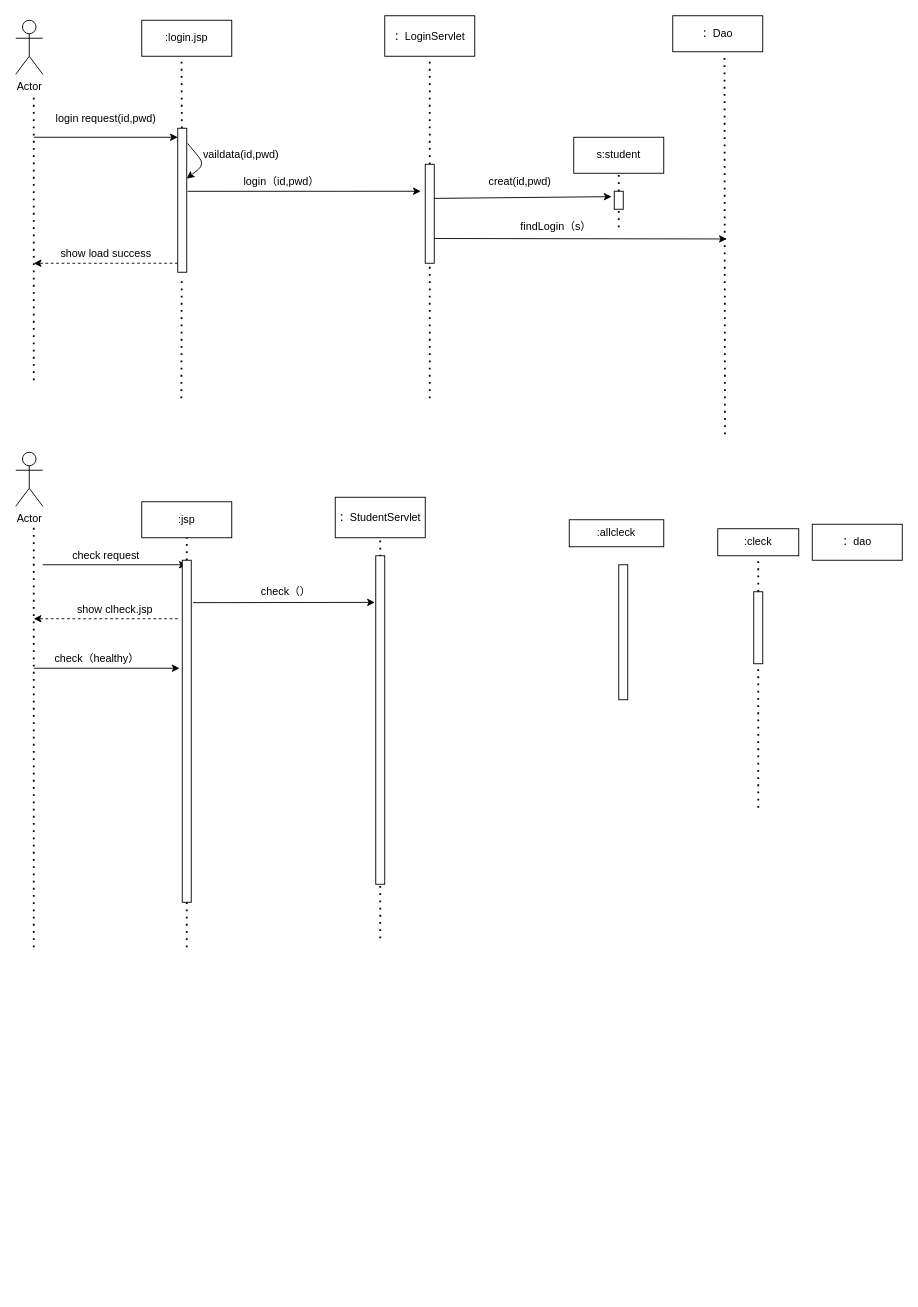
Before: 顺序图.drawio in a26680533/idcardgenerator, a draw.io diagram. Source tidied: cells renumbered, new cells numbered last; positions are measured from the earlier drawing's top-left corner, leaving out a move shared by most shapes. Both pictures are drawn from the tidied source at 90%, with x=0, y=0 at pixel (15, 15).
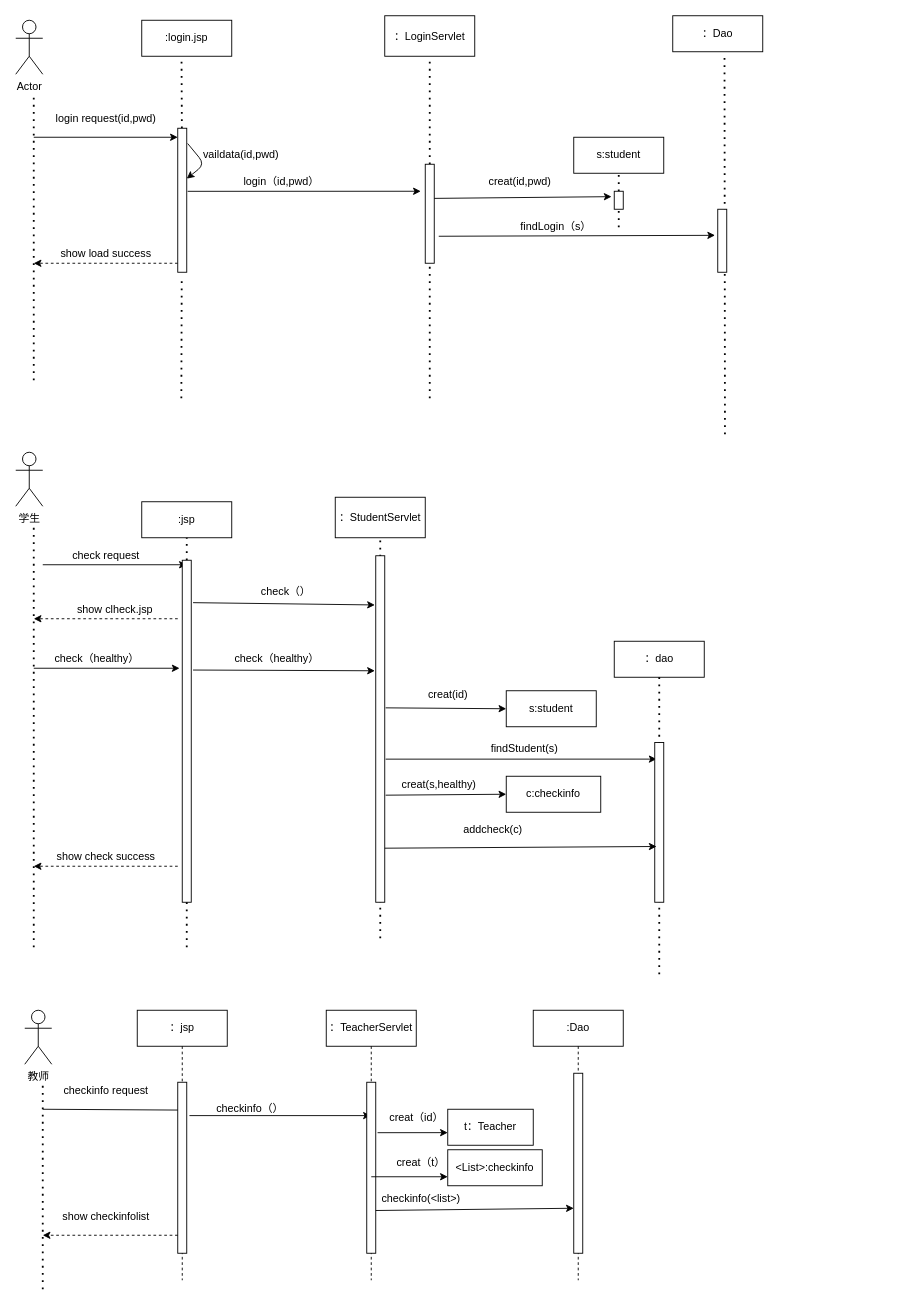
Above is the later version.

Commit message:
更新顺序图.drawio

The change refers to these unchanged cells:
```xml
<mxCell id="23" style="rounded=0;whiteSpace=wrap;html=1;" parent="1" vertex="1">
  <mxGeometry x="455" y="165" width="10" height="110" as="geometry" />
</mxCell>
<mxCell id="48" style="rounded=0;whiteSpace=wrap;html=1;" parent="1" vertex="1">
  <mxGeometry x="185" y="605" width="10" height="380" as="geometry" />
</mxCell>
```

What changed in the source:
```diff
@@
-    <mxCell id="25" style="rounded=0;whiteSpace=wrap;html=1;" parent="1" vertex="1">
-      <mxGeometry x="670" y="610" width="10" height="150" as="geometry" />
-    </mxCell>
@@
-    <mxCell id="35" value=":allcleck" style="rounded=0;whiteSpace=wrap;html=1;" parent="1" vertex="1">
-      <mxGeometry x="615" y="560" width="105" height="30" as="geometry" />
-    </mxCell>
-    <mxCell id="36" value=":cleck" style="rounded=0;whiteSpace=wrap;html=1;" parent="1" vertex="1">
-      <mxGeometry x="780" y="570" width="90" height="30" as="geometry" />
-    </mxCell>
-    <mxCell id="37" style="endArrow=none;dashed=1;html=1;dashPattern=1 3;strokeWidth=2;entryX=0.5;entryY=1;entryDx=0;entryDy=0;" parent="1" edge="1" source="38" target="36">
-      <mxGeometry relative="1" as="geometry" />
-    </mxCell>
-    <mxCell id="38" style="rounded=0;whiteSpace=wrap;html=1;" parent="1" vertex="1">
-      <mxGeometry x="820" y="640" width="10" height="80" as="geometry" />
-    </mxCell>
-    <mxCell id="39" style="endArrow=none;dashed=1;html=1;dashPattern=1 3;strokeWidth=2;entryX=0.5;entryY=1;entryDx=0;entryDy=0;" parent="1" edge="1" target="38">
-      <mxGeometry relative="1" as="geometry">
-        <mxPoint x="825" y="880" as="sourcePoint" />
-      </mxGeometry>
-    </mxCell>
@@
     <mxCell id="42" value="：dao" style="rounded=0;whiteSpace=wrap;html=1;" parent="1" vertex="1">
-      <mxGeometry x="885" y="565" width="100" height="40" as="geometry" />
+      <mxGeometry x="665" y="695" width="100" height="40" as="geometry" />
     </mxCell>
-    <mxCell id="43" style="endArrow=classic;html=1;exitX=1;exitY=0.75;exitDx=0;exitDy=0;" parent="1" edge="1" source="23">
-      <mxGeometry relative="1" as="geometry">
-        <mxPoint x="790" y="248" as="targetPoint" />
-      </mxGeometry>
-    </mxCell>
@@
-    <mxCell id="45" value="Actor" style="shape=umlActor;verticalLabelPosition=bottom;verticalAlign=top;html=1;" parent="1" vertex="1">
+    <mxCell id="45" value="学生" style="shape=umlActor;verticalLabelPosition=bottom;verticalAlign=top;html=1;" parent="1" vertex="1">
       <mxGeometry y="485" width="30" height="60" as="geometry" />
     </mxCell>
@@
     <mxCell id="51" style="rounded=0;whiteSpace=wrap;html=1;" parent="1" vertex="1">
-      <mxGeometry x="400" y="600" width="10" height="365" as="geometry" />
+      <mxGeometry x="400" y="600" width="10" height="385" as="geometry" />
     </mxCell>
@@
+    <mxCell id="54" style="endArrow=classic;html=1;entryX=-0.1;entryY=0.332;entryDx=0;entryDy=0;entryPerimeter=0;exitX=1.2;exitY=0.321;exitDx=0;exitDy=0;exitPerimeter=0;" parent="1" edge="1" source="48" target="51">
+      <mxGeometry relative="1" as="geometry" />
+    </mxCell>
+    <mxCell id="55" value="check（healthy）" style="text;html=1;align=center;verticalAlign=middle;" parent="1" vertex="1">
+      <mxGeometry x="235" y="705" width="110" height="20" as="geometry" />
+    </mxCell>
+    <mxCell id="56" style="rounded=0;whiteSpace=wrap;html=1;" parent="1" vertex="1">
+      <mxGeometry x="780" y="215" width="10" height="70" as="geometry" />
+    </mxCell>
+    <mxCell id="57" style="endArrow=classic;html=1;entryX=-0.3;entryY=0.414;entryDx=0;entryDy=0;entryPerimeter=0;" parent="1" edge="1" target="56">
+      <mxGeometry relative="1" as="geometry">
+        <mxPoint x="470" y="245" as="sourcePoint" />
+      </mxGeometry>
+    </mxCell>
+    <mxCell id="58" value="creat(id)" style="text;html=1;align=center;verticalAlign=middle;" parent="1" vertex="1">
+      <mxGeometry x="450" y="745" width="60" height="20" as="geometry" />
+    </mxCell>
+    <mxCell id="59" value="s:student" style="rounded=0;whiteSpace=wrap;html=1;" parent="1" vertex="1">
+      <mxGeometry x="545" y="750" width="100" height="40" as="geometry" />
+    </mxCell>
+    <mxCell id="60" style="endArrow=classic;html=1;exitX=1.1;exitY=0.439;exitDx=0;exitDy=0;exitPerimeter=0;entryX=0;entryY=0.5;entryDx=0;entryDy=0;" parent="1" edge="1" source="51" target="59">
+      <mxGeometry relative="1" as="geometry" />
+    </mxCell>
+    <mxCell id="61" style="endArrow=classic;html=1;entryX=0.2;entryY=0.104;entryDx=0;entryDy=0;entryPerimeter=0;" parent="1" edge="1" target="63">
+      <mxGeometry relative="1" as="geometry">
+        <mxPoint x="411" y="826" as="sourcePoint" />
+      </mxGeometry>
+    </mxCell>
+    <mxCell id="62" style="endArrow=none;dashed=1;html=1;dashPattern=1 3;strokeWidth=2;entryX=0.5;entryY=1;entryDx=0;entryDy=0;" parent="1" edge="1" target="42">
+      <mxGeometry relative="1" as="geometry">
+        <mxPoint x="715" y="1065" as="sourcePoint" />
+      </mxGeometry>
+    </mxCell>
+    <mxCell id="63" style="rounded=0;whiteSpace=wrap;html=1;" parent="1" vertex="1">
+      <mxGeometry x="710" y="807.5" width="10" height="177.5" as="geometry" />
+    </mxCell>
+    <mxCell id="64" value="findStudent(s)" style="text;html=1;align=center;verticalAlign=middle;" parent="1" vertex="1">
+      <mxGeometry x="520" y="805" width="90" height="20" as="geometry" />
+    </mxCell>
+    <mxCell id="65" style="endArrow=classic;html=1;exitX=1.1;exitY=0.691;exitDx=0;exitDy=0;exitPerimeter=0;entryX=0;entryY=0.5;entryDx=0;entryDy=0;" parent="1" edge="1" source="51">
+      <mxGeometry relative="1" as="geometry">
+        <mxPoint x="545" y="865" as="targetPoint" />
+      </mxGeometry>
+    </mxCell>
+    <mxCell id="66" value="c:checkinfo" style="rounded=0;whiteSpace=wrap;html=1;" parent="1" vertex="1">
+      <mxGeometry x="545" y="845" width="105" height="40" as="geometry" />
+    </mxCell>
+    <mxCell id="67" value="creat(s,healthy)" style="text;html=1;align=center;verticalAlign=middle;" parent="1" vertex="1">
+      <mxGeometry x="420" y="845" width="100" height="20" as="geometry" />
+    </mxCell>
+    <mxCell id="68" style="endArrow=classic;html=1;exitX=1;exitY=0.844;exitDx=0;exitDy=0;exitPerimeter=0;entryX=0.2;entryY=0.651;entryDx=0;entryDy=0;entryPerimeter=0;" parent="1" edge="1" source="51" target="63">
+      <mxGeometry relative="1" as="geometry" />
+    </mxCell>
+    <mxCell id="69" value="addcheck(c)" style="text;html=1;align=center;verticalAlign=middle;" parent="1" vertex="1">
+      <mxGeometry x="490" y="895" width="80" height="20" as="geometry" />
+    </mxCell>
+    <mxCell id="70" style="endArrow=classic;html=1;dashed=1;" parent="1" edge="1">
+      <mxGeometry relative="1" as="geometry">
+        <mxPoint x="180" y="945" as="sourcePoint" />
+        <mxPoint x="20" y="945" as="targetPoint" />
+      </mxGeometry>
+    </mxCell>
+    <mxCell id="71" value="show check success" style="text;html=1;align=center;verticalAlign=middle;" parent="1" vertex="1">
+      <mxGeometry x="40" y="925" width="120" height="20" as="geometry" />
+    </mxCell>
+    <mxCell id="72" value="教师" style="shape=umlActor;verticalLabelPosition=bottom;verticalAlign=top;html=1;" parent="1" vertex="1">
+      <mxGeometry x="10" y="1105" width="30" height="60" as="geometry" />
+    </mxCell>
+    <mxCell id="73" style="endArrow=none;dashed=1;html=1;dashPattern=1 3;strokeWidth=2;" parent="1" edge="1">
+      <mxGeometry relative="1" as="geometry">
+        <mxPoint x="30" y="1415" as="sourcePoint" />
+        <mxPoint x="30" y="1185" as="targetPoint" />
+      </mxGeometry>
+    </mxCell>
+    <mxCell id="74" value="：jsp" style="shape=umlLifeline;perimeter=lifelinePerimeter;whiteSpace=wrap;html=1;" parent="1" vertex="1">
+      <mxGeometry x="135" y="1105" width="100" height="300" as="geometry" />
+    </mxCell>
+    <mxCell id="75" value="：TeacherServlet" style="shape=umlLifeline;perimeter=lifelinePerimeter;whiteSpace=wrap;html=1;outlineConnect=0;" parent="1" vertex="1">
+      <mxGeometry x="345" y="1105" width="100" height="300" as="geometry" />
+    </mxCell>
+    <mxCell id="76" value=":Dao" style="shape=umlLifeline;perimeter=lifelinePerimeter;whiteSpace=wrap;html=1;" parent="1" vertex="1">
+      <mxGeometry x="575" y="1105" width="100" height="300" as="geometry" />
+    </mxCell>
+    <mxCell id="77" style="rounded=0;whiteSpace=wrap;html=1;" parent="76" vertex="1">
+      <mxGeometry x="45" y="70" width="10" height="200" as="geometry" />
+    </mxCell>
+    <mxCell id="78" style="endArrow=classic;html=1;entryX=1;entryY=0.163;entryDx=0;entryDy=0;entryPerimeter=0;" parent="1" edge="1" target="79">
+      <mxGeometry relative="1" as="geometry">
+        <mxPoint x="30" y="1215" as="sourcePoint" />
+      </mxGeometry>
+    </mxCell>
+    <mxCell id="79" style="rounded=0;whiteSpace=wrap;html=1;" parent="1" vertex="1">
+      <mxGeometry x="180" y="1185" width="10" height="190" as="geometry" />
+    </mxCell>
+    <mxCell id="80" value="checkinfo request" style="text;html=1;align=center;verticalAlign=middle;" parent="1" vertex="1">
+      <mxGeometry x="45" y="1185" width="110" height="20" as="geometry" />
+    </mxCell>
+    <mxCell id="81" style="endArrow=classic;html=1;exitX=1.3;exitY=0.195;exitDx=0;exitDy=0;exitPerimeter=0;" parent="1" edge="1" source="79" target="75">
+      <mxGeometry relative="1" as="geometry" />
+    </mxCell>
+    <mxCell id="82" style="rounded=0;whiteSpace=wrap;html=1;" parent="1" vertex="1">
+      <mxGeometry x="390" y="1185" width="10" height="190" as="geometry" />
+    </mxCell>
+    <mxCell id="83" value="checkinfo（）" style="text;html=1;align=center;verticalAlign=middle;" parent="1" vertex="1">
+      <mxGeometry x="215" y="1205" width="90" height="20" as="geometry" />
+    </mxCell>
+    <mxCell id="84" value="t：Teacher" style="rounded=0;whiteSpace=wrap;html=1;" parent="1" vertex="1">
+      <mxGeometry x="480" y="1215" width="95" height="40" as="geometry" />
+    </mxCell>
+    <mxCell id="85" style="endArrow=classic;html=1;exitX=1.2;exitY=0.295;exitDx=0;exitDy=0;exitPerimeter=0;" parent="1" edge="1" source="82">
+      <mxGeometry relative="1" as="geometry">
+        <mxPoint x="480" y="1241" as="targetPoint" />
+      </mxGeometry>
+    </mxCell>
+    <mxCell id="86" value="creat（id）" style="text;html=1;align=center;verticalAlign=middle;" parent="1" vertex="1">
+      <mxGeometry x="405" y="1215" width="80" height="20" as="geometry" />
+    </mxCell>
+    <mxCell id="87" value="&amp;lt;List&amp;gt;:checkinfo" style="rounded=0;whiteSpace=wrap;html=1;" parent="1" vertex="1">
+      <mxGeometry x="480" y="1260" width="105" height="40" as="geometry" />
+    </mxCell>
+    <mxCell id="88" value="creat（t）" style="text;html=1;align=center;verticalAlign=middle;" parent="1" vertex="1">
+      <mxGeometry x="415" y="1265" width="70" height="20" as="geometry" />
+    </mxCell>
+    <mxCell id="89" style="endArrow=classic;html=1;entryX=0;entryY=0.75;entryDx=0;entryDy=0;" parent="1" edge="1" target="87">
+      <mxGeometry relative="1" as="geometry">
+        <mxPoint x="395" y="1290" as="sourcePoint" />
+      </mxGeometry>
+    </mxCell>
+    <mxCell id="90" style="endArrow=classic;html=1;exitX=1;exitY=0.75;exitDx=0;exitDy=0;entryX=0;entryY=0.75;entryDx=0;entryDy=0;" parent="1" edge="1" source="82" target="77">
+      <mxGeometry relative="1" as="geometry" />
+    </mxCell>
+    <mxCell id="91" value="checkinfo(&amp;lt;list&amp;gt;)" style="text;html=1;align=center;verticalAlign=middle;" parent="1" vertex="1">
+      <mxGeometry x="400" y="1305" width="100" height="20" as="geometry" />
+    </mxCell>
+    <mxCell id="92" style="endArrow=classic;html=1;dashed=1;" parent="1" edge="1">
+      <mxGeometry relative="1" as="geometry">
+        <mxPoint x="180" y="1355" as="sourcePoint" />
+        <mxPoint x="30" y="1355" as="targetPoint" />
+      </mxGeometry>
+    </mxCell>
+    <mxCell id="93" value="show checkinfolist" style="text;html=1;align=center;verticalAlign=middle;" parent="1" vertex="1">
+      <mxGeometry x="45" y="1325" width="110" height="20" as="geometry" />
+    </mxCell>
```
